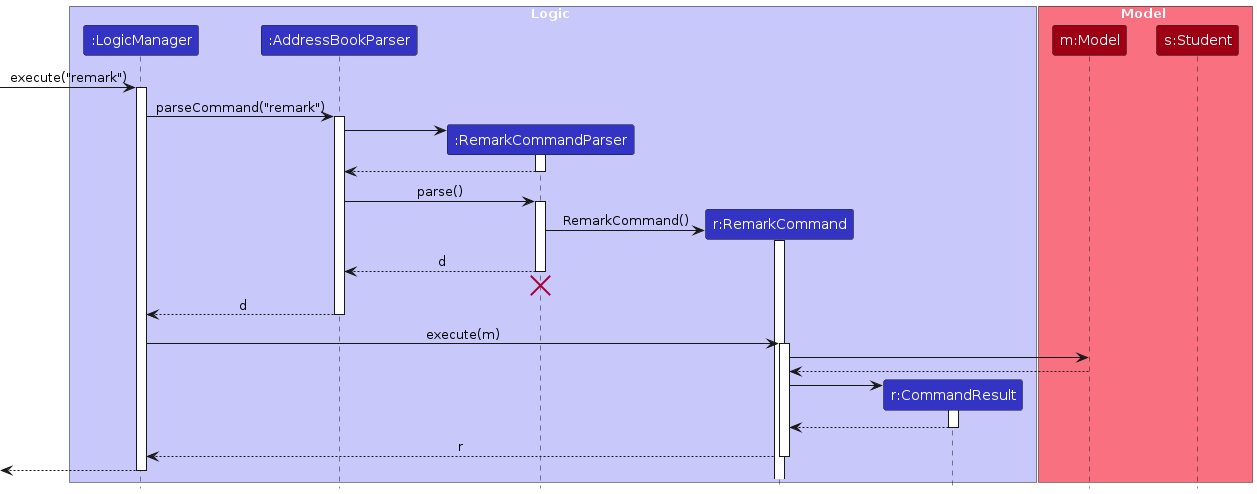
The PlantUML diagram diagrams/RemarkSequenceDiagram.png in AY2425S1-CS2103-F11-1/tp, before a commit. Its source is kept beside it as diagrams/RemarkSequenceDiagram.puml.
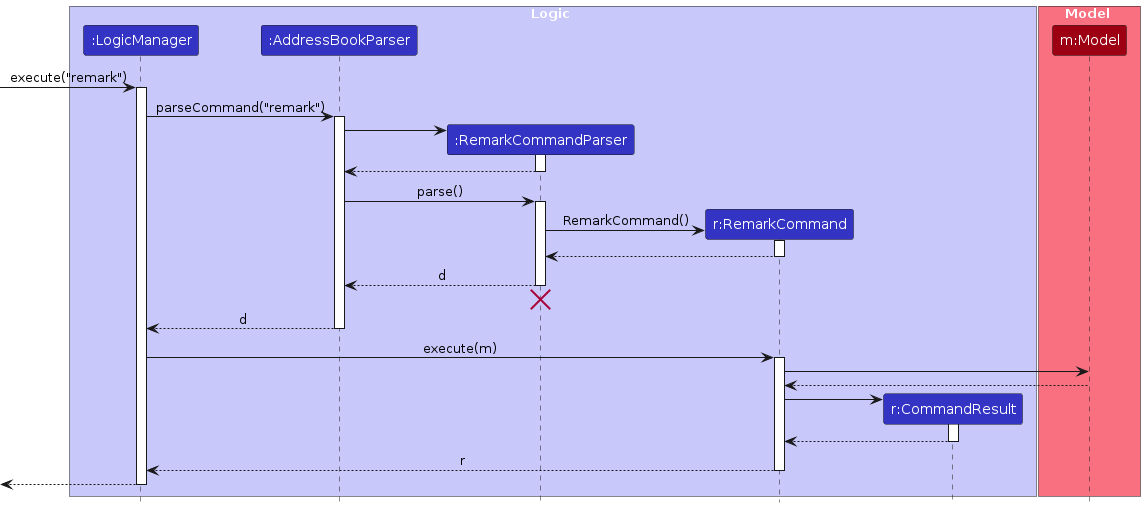
Above is the later version.

Change to the diagram source:
```diff
@@ -12,7 +12,6 @@
 
 box Model MODEL_COLOR_T1
 participant "m:Model" as Model MODEL_COLOR
-participant "s:Student" as Student MODEL_COLOR
 end box
 
 [-> LogicManager : execute("remark")
@@ -34,6 +33,9 @@
 create RemarkCommand
 RemarkCommandParser -> RemarkCommand : RemarkCommand()
 activate RemarkCommand
+
+RemarkCommand --> RemarkCommandParser :
+deactivate RemarkCommand
 
 RemarkCommandParser --> AddressBookParser : d
 deactivate RemarkCommandParser
```
